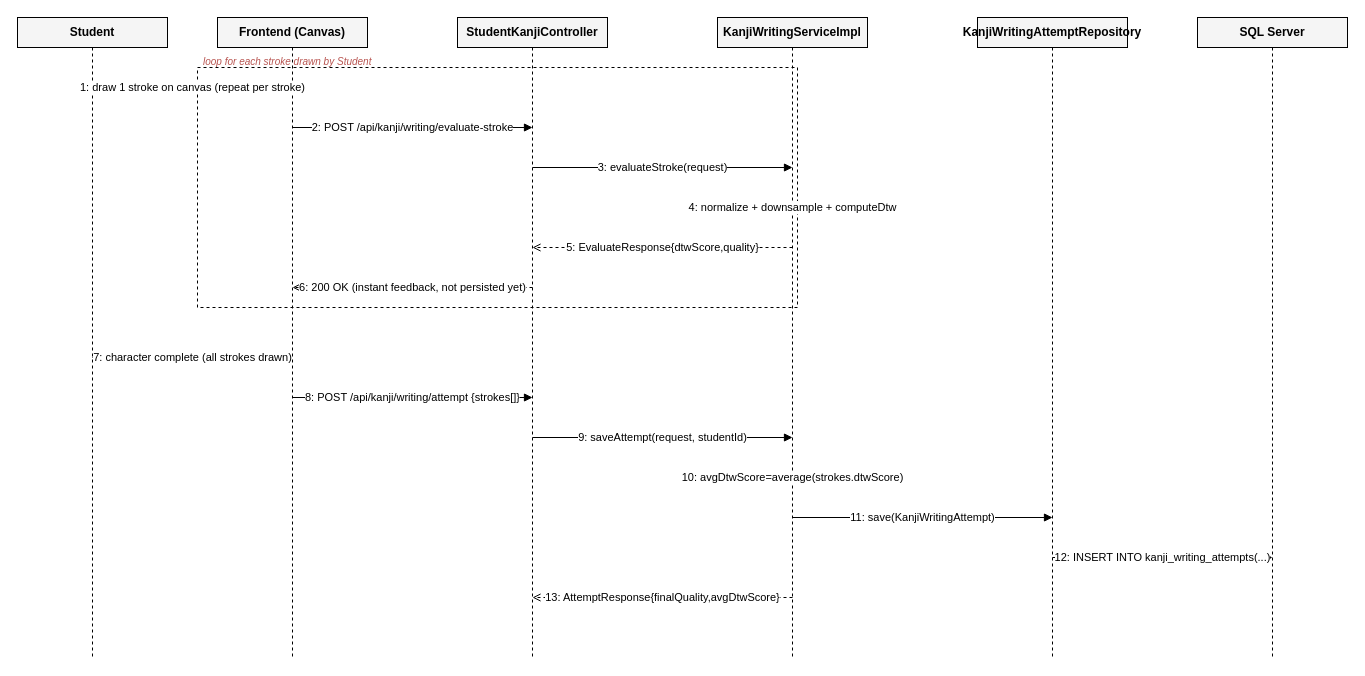
Above: docs/07-Release-Documents/diagrams/sds/seq-kanji.drawio in hung02042005/Japanese-Skill-Practice-Platform (draw.io), before the change. Source tidied: cells renumbered, new cells numbered last; positions are measured from the earlier drawing's top-left corner, leaving out a move shared by most shapes. Both pictures are drawn from the tidied source at 100%, with x=0, y=0 at pixel (17, 17).
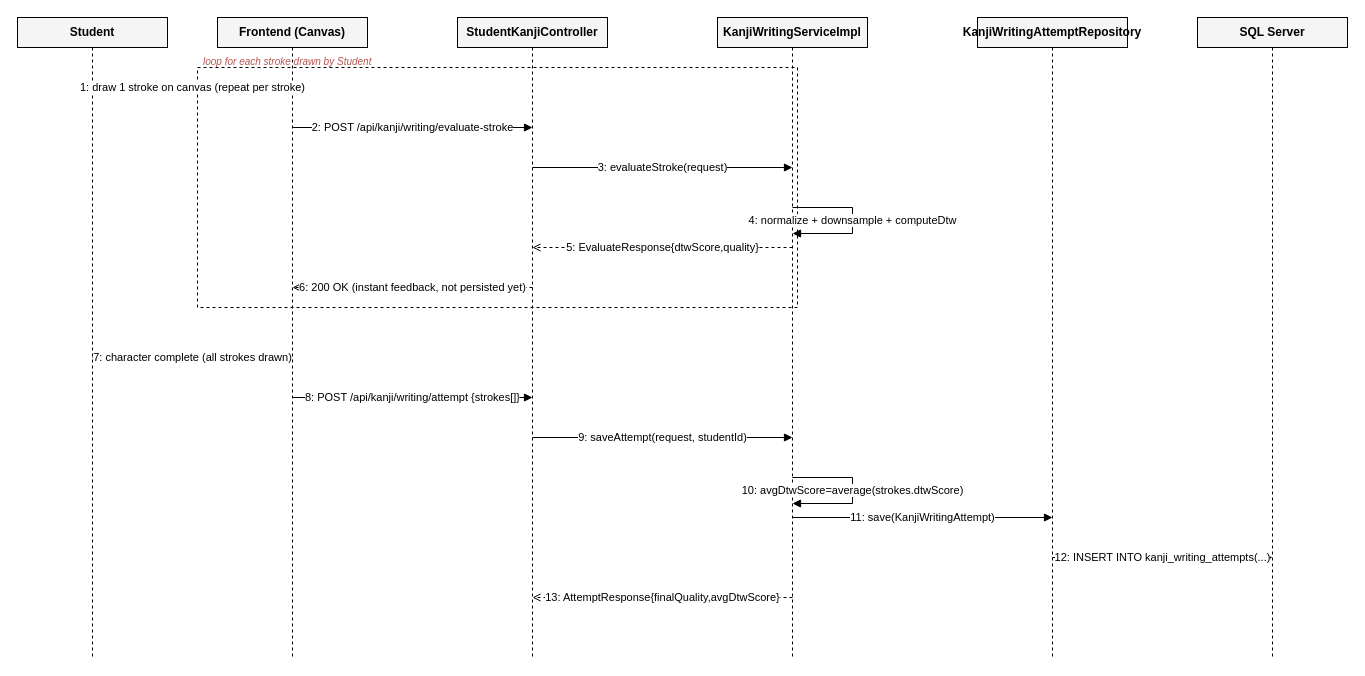
The same diagram, later.

The edit, as a diff of the source:
```diff
@@
-    <mxCell id="19" value="4: normalize + downsample + computeDtw" style="html=1;endArrow=block;fontSize=11;" parent="1" edge="1">
+    <mxCell id="19" value="4: normalize + downsample + computeDtw" style="html=1;endArrow=block;fontSize=11;rounded=0;" parent="1" edge="1">
       <mxGeometry relative="1" as="geometry">
         <mxPoint x="775" y="190" as="sourcePoint" />
-        <mxPoint x="775" y="190" as="targetPoint" />
+        <mxPoint x="775" y="216" as="targetPoint" />
+        <Array as="points">
+          <mxPoint x="835" y="190" />
+          <mxPoint x="835" y="216" />
+        </Array>
       </mxGeometry>
     </mxCell>
@@
-    <mxCell id="25" value="10: avgDtwScore=average(strokes.dtwScore)" style="html=1;endArrow=block;fontSize=11;" parent="1" edge="1">
+    <mxCell id="25" value="10: avgDtwScore=average(strokes.dtwScore)" style="html=1;endArrow=block;fontSize=11;rounded=0;" parent="1" edge="1">
       <mxGeometry relative="1" as="geometry">
         <mxPoint x="775" y="460" as="sourcePoint" />
-        <mxPoint x="775" y="460" as="targetPoint" />
+        <mxPoint x="775" y="486" as="targetPoint" />
+        <Array as="points">
+          <mxPoint x="835" y="460" />
+          <mxPoint x="835" y="486" />
+        </Array>
       </mxGeometry>
     </mxCell>
```
